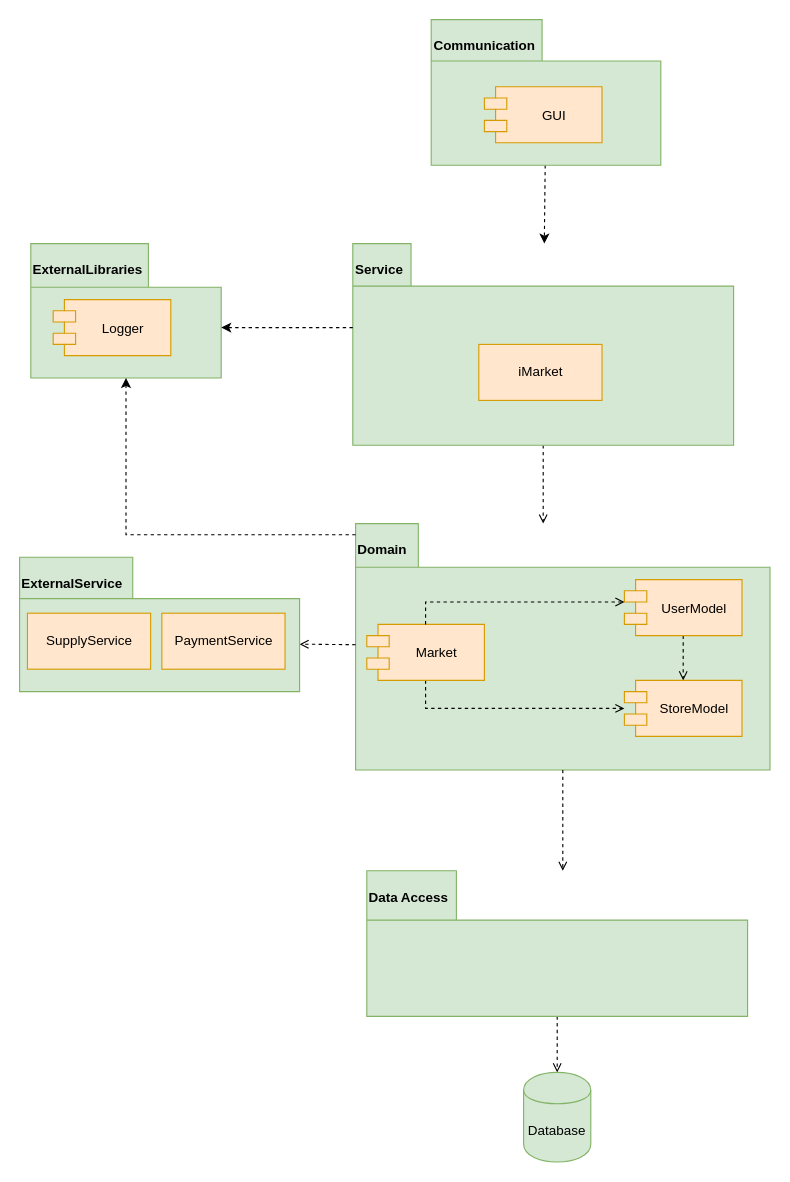
Sadna-Market/Market keeps this draw.io diagram as page "componentD" (2 of 2) of white diagram.drawio. Above is the earlier version. Source tidied: cells renumbered, new cells numbered last; positions are measured from the earlier drawing's top-left corner, leaving out a move shared by most shapes. Both pictures are drawn from the tidied source at 112%, with x=0, y=0 at pixel (19, 19).
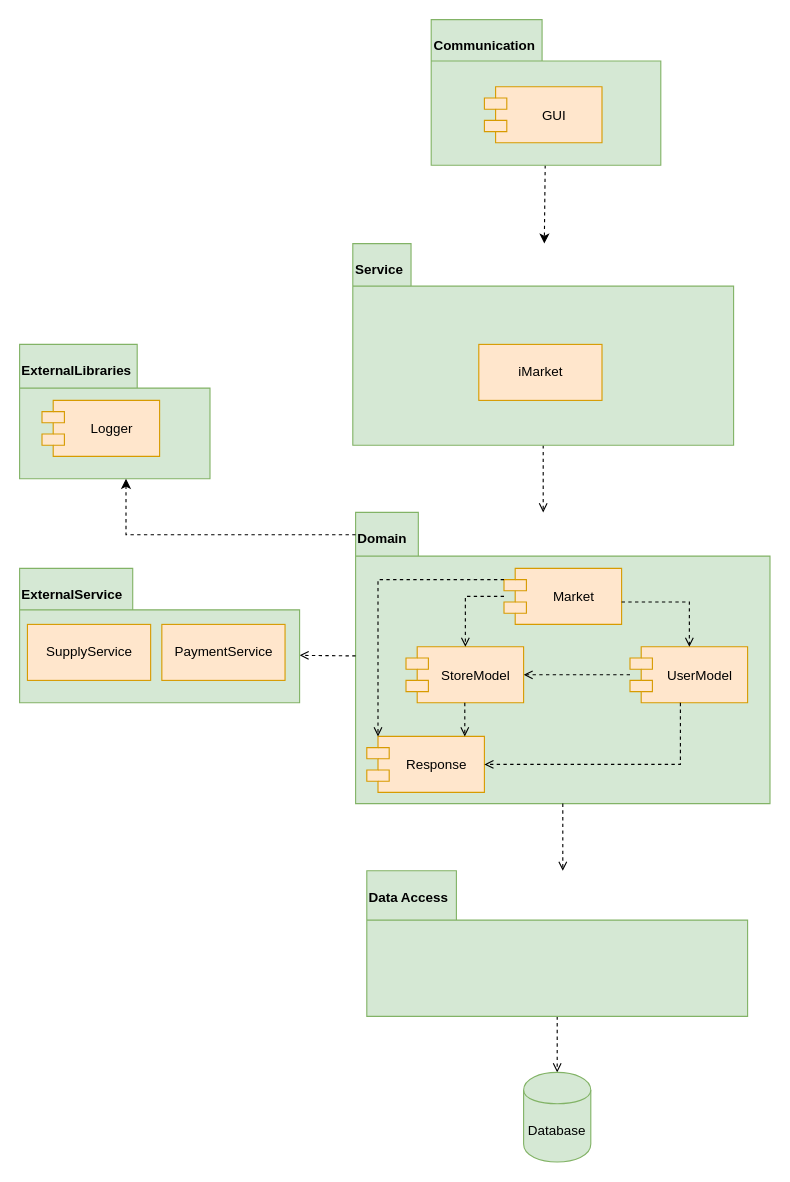
Above is the later version.

Unchanged cells that the change refers to:
```xml
<mxCell id="4" value="Service" style="shape=folder;fontStyle=1;spacingTop=10;tabWidth=52;tabHeight=38;tabPosition=left;html=1;align=left;verticalAlign=top;fillColor=#d5e8d4;strokeColor=#82b366;" parent="1" vertex="1">
  <mxGeometry x="297.5" y="200" width="340" height="180" as="geometry" />
</mxCell>
<mxCell id="24" value="ExternalLibraries" style="shape=folder;fontStyle=1;spacingTop=10;tabWidth=105;tabHeight=39;tabPosition=left;html=1;align=left;verticalAlign=top;fillColor=#d5e8d4;strokeColor=#82b366;" parent="23" vertex="1">
  <mxGeometry width="170" height="120" as="geometry" />
</mxCell>
```

What changed in the source:
```diff
@@
     <mxCell id="2" value="Domain" style="shape=folder;fontStyle=1;spacingTop=10;tabWidth=56;tabHeight=39;tabPosition=left;html=1;align=left;verticalAlign=top;fillColor=#d5e8d4;strokeColor=#82b366;shadow=0;" parent="1" vertex="1">
-      <mxGeometry x="300" y="450" width="370" height="220" as="geometry" />
+      <mxGeometry x="300" y="440" width="370" height="260" as="geometry" />
     </mxCell>
@@
     <mxCell id="11" value="UserModel" style="shape=module;align=left;spacingLeft=20;align=center;verticalAlign=middle;fillColor=#ffe6cc;strokeColor=#d79b00;" parent="1" vertex="1">
-      <mxGeometry x="540" y="500" width="105" height="50" as="geometry" />
+      <mxGeometry x="545" y="560" width="105" height="50" as="geometry" />
     </mxCell>
     <mxCell id="12" value="StoreModel" style="shape=module;align=left;spacingLeft=20;align=center;verticalAlign=middle;fillColor=#ffe6cc;strokeColor=#d79b00;" parent="1" vertex="1">
-      <mxGeometry x="540" y="590" width="105" height="50" as="geometry" />
+      <mxGeometry x="345" y="560" width="105" height="50" as="geometry" />
     </mxCell>
     <mxCell id="13" style="edgeStyle=orthogonalEdgeStyle;rounded=0;jettySize=auto;html=1;dashed=1;endArrow=open;endFill=0;" parent="1" edge="1" source="14" target="12">
       <mxGeometry relative="1" as="geometry">
         <Array as="points">
-          <mxPoint x="363" y="615" />
+          <mxPoint x="398" y="515" />
         </Array>
       </mxGeometry>
     </mxCell>
     <mxCell id="14" value="Market" style="shape=module;align=left;spacingLeft=20;align=center;verticalAlign=middle;fillColor=#ffe6cc;strokeColor=#d79b00;" parent="1" vertex="1">
-      <mxGeometry x="310" y="540" width="105" height="50" as="geometry" />
+      <mxGeometry x="432.5" y="490" width="105" height="50" as="geometry" />
     </mxCell>
     <mxCell id="15" style="group;" parent="1" vertex="1">
-      <mxGeometry y="480" width="250" height="120" as="geometry" />
+      <mxGeometry y="490" width="250" height="120" as="geometry" />
     </mxCell>
@@
     <mxCell id="23" style="group;" parent="1" vertex="1">
-      <mxGeometry x="10" y="200" width="170" height="120" as="geometry" />
+      <mxGeometry y="290" width="170" height="120" as="geometry" />
     </mxCell>
@@
-    <mxCell id="26" style="edgeStyle=orthogonalEdgeStyle;rounded=0;jettySize=auto;html=1;dashed=1;" parent="1" edge="1" source="4" target="24">
-      <mxGeometry relative="1" as="geometry">
-        <Array as="points">
-          <mxPoint x="220" y="275" />
-          <mxPoint x="220" y="275" />
-        </Array>
-      </mxGeometry>
-    </mxCell>
     <mxCell id="27" style="edgeStyle=orthogonalEdgeStyle;rounded=0;jettySize=auto;html=1;dashed=1;endArrow=open;endFill=0;" parent="1" edge="1" source="14" target="11">
       <mxGeometry relative="1" as="geometry">
         <Array as="points">
-          <mxPoint x="363" y="520" />
+          <mxPoint x="598" y="520" />
         </Array>
       </mxGeometry>
     </mxCell>
@@
+    <mxCell id="29" value="Response" style="shape=module;align=left;spacingLeft=20;align=center;verticalAlign=middle;fillColor=#ffe6cc;strokeColor=#d79b00;" parent="1" vertex="1">
+      <mxGeometry x="310" y="640" width="105" height="50" as="geometry" />
+    </mxCell>
+    <mxCell id="30" style="edgeStyle=orthogonalEdgeStyle;rounded=0;jettySize=auto;html=1;dashed=1;endArrow=open;endFill=0;" parent="1" edge="1" source="14" target="29">
+      <mxGeometry relative="1" as="geometry">
+        <Array as="points">
+          <mxPoint x="320" y="500" />
+          <mxPoint x="320" y="665" />
+        </Array>
+      </mxGeometry>
+    </mxCell>
+    <mxCell id="31" style="edgeStyle=orthogonalEdgeStyle;rounded=0;jettySize=auto;html=1;dashed=1;endArrow=open;endFill=0;" parent="1" edge="1" source="12" target="29">
+      <mxGeometry relative="1" as="geometry">
+        <Array as="points">
+          <mxPoint x="398" y="665" />
+        </Array>
+      </mxGeometry>
+    </mxCell>
+    <mxCell id="32" style="edgeStyle=orthogonalEdgeStyle;rounded=0;jettySize=auto;html=1;dashed=1;endArrow=open;endFill=0;" parent="1" edge="1" source="11" target="29">
+      <mxGeometry relative="1" as="geometry">
+        <Array as="points">
+          <mxPoint x="590" y="665" />
+        </Array>
+      </mxGeometry>
+    </mxCell>
```
